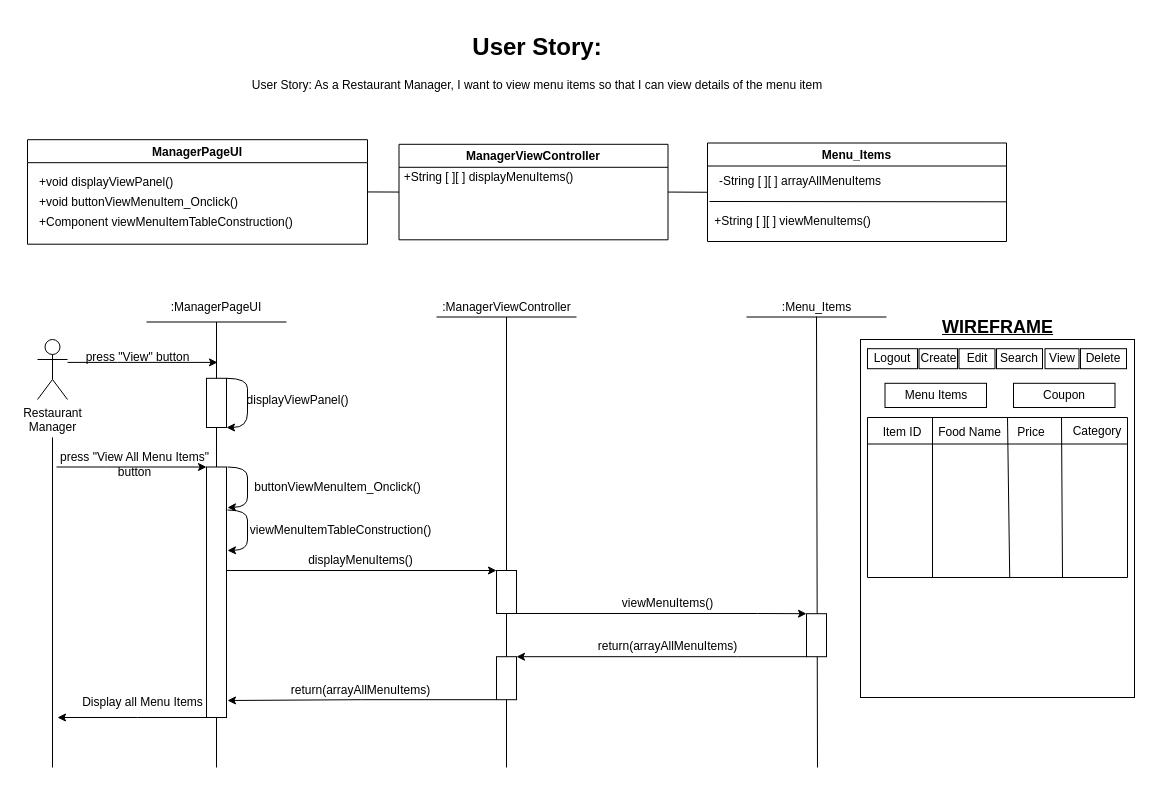
Above: BCE_UML_and_Diagrams/RestaurantManager (WIP)/RestaurantManager_ViewItems(#18)/UserStory#18_ViewItems.drawio in extred5700/JAVAGUI-Restaurant-Table-Order-System (draw.io), before the change. Source tidied: cells renumbered, new cells numbered last; positions are measured from the earlier drawing's top-left corner, leaving out a move shared by most shapes. Both pictures are drawn from the tidied source at 100%, with x=0, y=0 at pixel (27, 27).
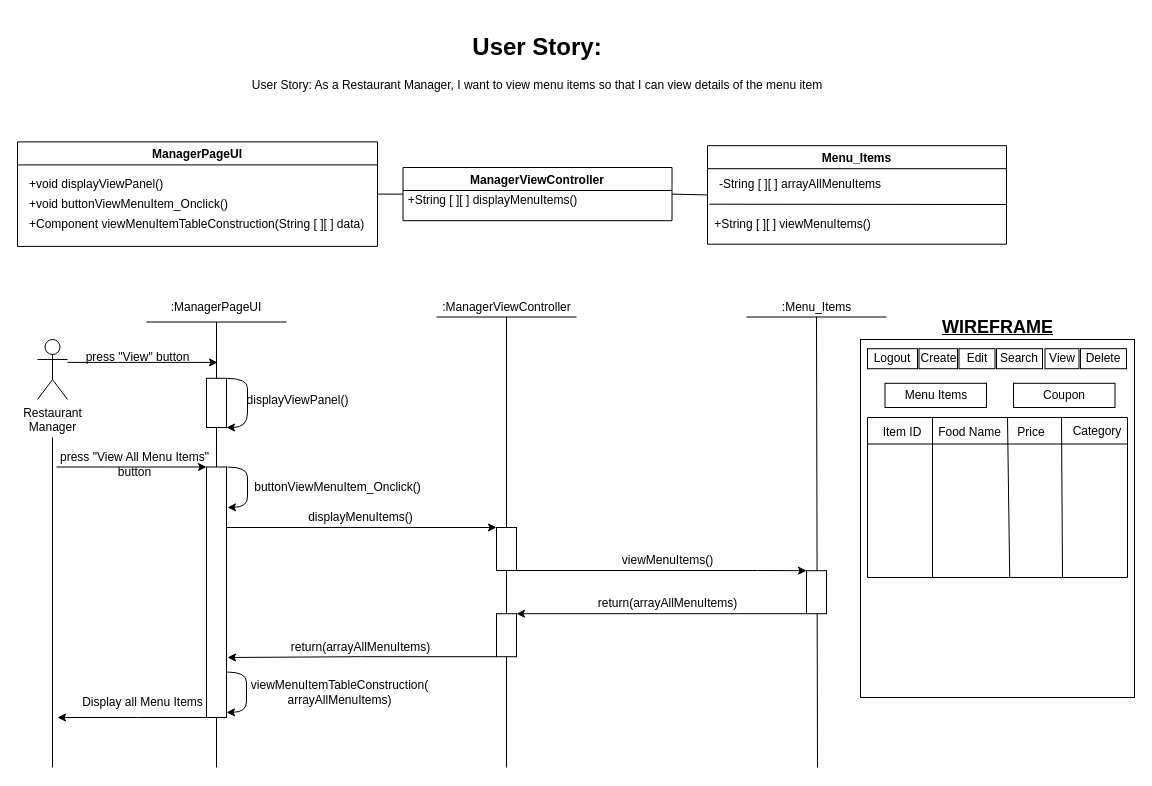
The same diagram, later.

Change to the diagram source:
```diff
@@
     <mxCell id="2" value="Menu_Items" style="swimlane;" parent="1" vertex="1">
-      <mxGeometry x="680" y="115.5" width="299" height="98.5" as="geometry" />
+      <mxGeometry x="680" y="118.2" width="299" height="98.5" as="geometry" />
     </mxCell>
@@
     <mxCell id="7" value="ManagerPageUI" style="swimlane;" parent="1" vertex="1">
-      <mxGeometry y="112.2" width="340" height="104.5" as="geometry" />
+      <mxGeometry x="-10" y="114.4" width="360" height="104.5" as="geometry" />
     </mxCell>
@@
-    <mxCell id="10" value="+Component viewMenuItemTableConstruction()" style="text;html=1;align=left;verticalAlign=middle;strokeColor=none;fillColor=none;" parent="7" vertex="1">
-      <mxGeometry x="10" y="73" width="270" height="20" as="geometry" />
+    <mxCell id="10" value="+Component viewMenuItemTableConstruction(String [ ][ ] data)" style="text;html=1;align=left;verticalAlign=middle;strokeColor=none;fillColor=none;" parent="7" vertex="1">
+      <mxGeometry x="10" y="73" width="350" height="20" as="geometry" />
     </mxCell>
     <mxCell id="11" value="ManagerViewController" style="swimlane;startSize=23;" parent="1" vertex="1">
-      <mxGeometry x="371.5" y="116.8" width="269" height="95.5" as="geometry" />
+      <mxGeometry x="375.5" y="140" width="269" height="53.2" as="geometry" />
     </mxCell>
@@
     <mxCell id="36" style="edgeStyle=orthogonalEdgeStyle;rounded=0;jettySize=auto;html=1;exitX=1;exitY=0.25;exitDx=0;exitDy=0;entryX=0;entryY=0;entryDx=0;entryDy=0;" parent="1" edge="1" target="48">
       <mxGeometry relative="1" as="geometry">
-        <mxPoint x="199" y="545.1" as="sourcePoint" />
+        <mxPoint x="199" y="502.1" as="sourcePoint" />
         <Array as="points">
-          <mxPoint x="199" y="543" />
+          <mxPoint x="199" y="500" />
         </Array>
       </mxGeometry>
     </mxCell>
@@
     <mxCell id="47" style="edgeStyle=orthogonalEdgeStyle;rounded=0;jettySize=auto;html=1;exitX=1;exitY=1;exitDx=0;exitDy=0;entryX=0;entryY=0;entryDx=0;entryDy=0;" parent="1" edge="1" source="48" target="51">
       <mxGeometry relative="1" as="geometry">
         <Array as="points">
-          <mxPoint x="730" y="586" />
-          <mxPoint x="730" y="586" />
+          <mxPoint x="730" y="543" />
+          <mxPoint x="730" y="543" />
         </Array>
       </mxGeometry>
     </mxCell>
     <mxCell id="48" style="rounded=0;whiteSpace=wrap;html=1;" parent="1" vertex="1">
-      <mxGeometry x="469" y="543" width="20" height="43" as="geometry" />
+      <mxGeometry x="469" y="500" width="20" height="43" as="geometry" />
     </mxCell>
     <mxCell id="49" value="&lt;span style=&quot;text-align: left&quot;&gt;displayMenuItems()&lt;/span&gt;" style="text;html=1;align=center;verticalAlign=middle;strokeColor=none;fillColor=none;" parent="1" vertex="1">
-      <mxGeometry x="273" y="523" width="120" height="20" as="geometry" />
+      <mxGeometry x="273" y="480" width="120" height="20" as="geometry" />
     </mxCell>
     <mxCell id="50" style="edgeStyle=orthogonalEdgeStyle;rounded=0;jettySize=auto;html=1;exitX=0;exitY=1;exitDx=0;exitDy=0;entryX=1;entryY=0;entryDx=0;entryDy=0;" parent="1" edge="1" source="51" target="54">
       <mxGeometry relative="1" as="geometry">
         <Array as="points">
-          <mxPoint x="710" y="629" />
-          <mxPoint x="710" y="629" />
+          <mxPoint x="710" y="586" />
+          <mxPoint x="710" y="586" />
         </Array>
       </mxGeometry>
     </mxCell>
     <mxCell id="51" style="rounded=0;whiteSpace=wrap;html=1;" parent="1" vertex="1">
-      <mxGeometry x="779" y="586.2" width="20" height="43" as="geometry" />
+      <mxGeometry x="779" y="543.2" width="20" height="43" as="geometry" />
     </mxCell>
     <mxCell id="52" value="&lt;span style=&quot;text-align: left&quot;&gt;viewMenuItems()&lt;/span&gt;" style="text;html=1;align=center;verticalAlign=middle;strokeColor=none;fillColor=none;" parent="1" vertex="1">
-      <mxGeometry x="585" y="566" width="110" height="20" as="geometry" />
+      <mxGeometry x="585" y="523" width="110" height="20" as="geometry" />
     </mxCell>
     <mxCell id="53" style="edgeStyle=orthogonalEdgeStyle;rounded=0;jettySize=auto;html=1;exitX=0;exitY=1;exitDx=0;exitDy=0;" parent="1" edge="1" source="54">
       <mxGeometry relative="1" as="geometry">
-        <mxPoint x="200" y="673" as="targetPoint" />
+        <mxPoint x="200" y="630" as="targetPoint" />
         <Array as="points">
-          <mxPoint x="334" y="672" />
-          <mxPoint x="200" y="673" />
+          <mxPoint x="334" y="629" />
+          <mxPoint x="200" y="630" />
         </Array>
       </mxGeometry>
     </mxCell>
     <mxCell id="54" style="rounded=0;whiteSpace=wrap;html=1;" parent="1" vertex="1">
-      <mxGeometry x="469" y="629.2" width="20" height="43" as="geometry" />
+      <mxGeometry x="469" y="586.2" width="20" height="43" as="geometry" />
     </mxCell>
     <mxCell id="55" value="&lt;span style=&quot;text-align: left&quot;&gt;return(arrayAllMenuItems)&lt;/span&gt;" style="text;html=1;align=center;verticalAlign=middle;strokeColor=none;fillColor=none;" parent="1" vertex="1">
-      <mxGeometry x="565" y="609.2" width="150" height="20" as="geometry" />
+      <mxGeometry x="565" y="566.2" width="150" height="20" as="geometry" />
     </mxCell>
     <mxCell id="56" value="&lt;span style=&quot;text-align: left&quot;&gt;return(arrayAllMenuItems)&lt;/span&gt;" style="text;html=1;align=center;verticalAlign=middle;strokeColor=none;fillColor=none;" parent="1" vertex="1">
-      <mxGeometry x="258" y="653" width="150" height="20" as="geometry" />
+      <mxGeometry x="258" y="610" width="150" height="20" as="geometry" />
     </mxCell>
@@
     <mxCell id="66" style="curved=1;endArrow=classic;html=1;rounded=0;exitX=1;exitY=0;exitDx=0;exitDy=0;" parent="1" edge="1">
       <mxGeometry relative="1" as="geometry">
-        <mxPoint x="200" y="482.5" as="sourcePoint" />
-        <mxPoint x="200" y="523" as="targetPoint" />
+        <mxPoint x="199" y="644.5" as="sourcePoint" />
+        <mxPoint x="199" y="685" as="targetPoint" />
         <Array as="points">
-          <mxPoint x="220" y="482.5" />
-          <mxPoint x="220" y="502.5" />
-          <mxPoint x="220" y="522.5" />
+          <mxPoint x="219" y="644.5" />
+          <mxPoint x="219" y="664.5" />
+          <mxPoint x="219" y="684.5" />
         </Array>
       </mxGeometry>
     </mxCell>
-    <mxCell id="67" value="&lt;div style=&quot;text-align: left&quot;&gt;&lt;span&gt;viewMenuItemTableConstruction()&lt;/span&gt;&lt;/div&gt;" style="text;html=1;align=center;verticalAlign=middle;strokeColor=none;fillColor=none;" parent="1" vertex="1">
-      <mxGeometry x="213" y="492.5" width="200" height="20" as="geometry" />
+    <mxCell id="67" value="&lt;div&gt;&lt;span&gt;viewMenuItemTableConstruction(&lt;/span&gt;&lt;/div&gt;&lt;div&gt;&lt;span&gt;arrayAllMenuItems)&lt;/span&gt;&lt;/div&gt;" style="text;html=1;align=center;verticalAlign=middle;strokeColor=none;fillColor=none;" parent="1" vertex="1">
+      <mxGeometry x="217" y="649.5" width="190" height="30" as="geometry" />
     </mxCell>
```
